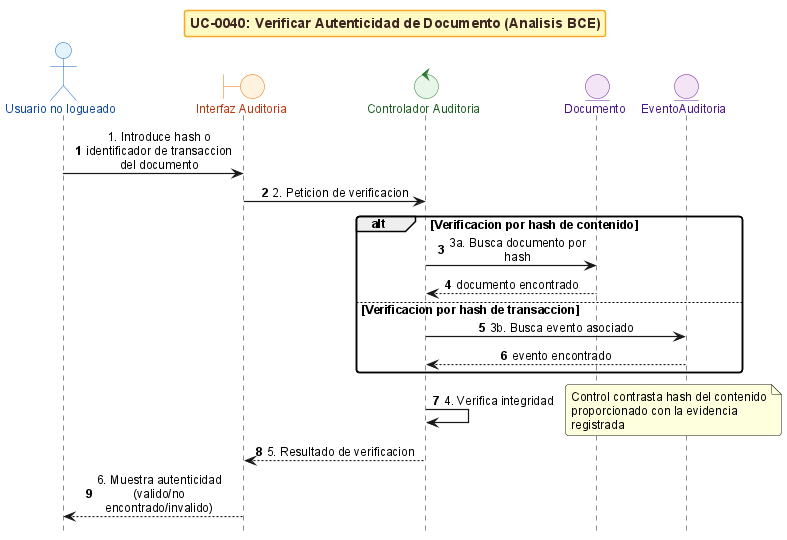
Before: anexos/diagramas/seq-bce-uc0040-verify-authenticity.png, a diagram exported from PlantUML (ErDeivih/DocumentChain). The source it was exported from:
```plantuml
@startuml
!include _sequence-bce-style.puml

title UC-0040: Verificar Autenticidad de Documento (Analisis BCE)

actor "Usuario no logueado" as Actor
boundary "Interfaz Auditoria" as BF
control "Controlador Auditoria" as CV
entity "Documento" as ED
entity "EventoAuditoria" as EE


Actor -> BF : 1. Introduce hash o identificador de transaccion del documento
BF -> CV : 2. Peticion de verificacion

alt Verificacion por hash de contenido
  CV -> ED : 3a. Busca documento por hash
  ED --> CV : documento encontrado
else Verificacion por hash de transaccion
  CV -> EE : 3b. Busca evento asociado
  EE --> CV : evento encontrado
end

CV -> CV : 4. Verifica integridad
note right : Control contrasta hash del contenido proporcionado con la evidencia registrada

CV --> BF : 5. Resultado de verificacion
BF --> Actor : 6. Muestra autenticidad (valido/no encontrado/invalido)

@enduml
```
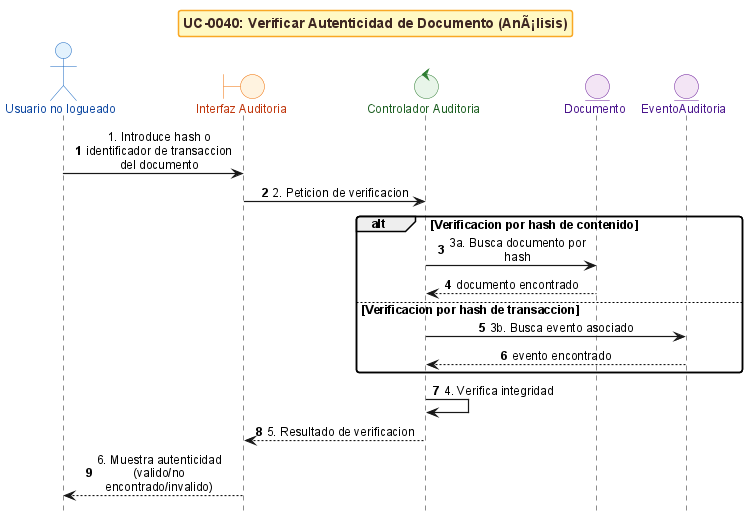
After the change.

What changed in the source:
```diff
@@ -1,7 +1,7 @@
 @startuml
 !include _sequence-bce-style.puml
 
-title UC-0040: Verificar Autenticidad de Documento (Analisis BCE)
+title UC-0040: Verificar Autenticidad de Documento (AnÃ¡lisis)
 
 actor "Usuario no logueado" as Actor
 boundary "Interfaz Auditoria" as BF
@@ -22,7 +22,6 @@
 end
 
 CV -> CV : 4. Verifica integridad
-note right : Control contrasta hash del contenido proporcionado con la evidencia registrada
 
 CV --> BF : 5. Resultado de verificacion
 BF --> Actor : 6. Muestra autenticidad (valido/no encontrado/invalido)
```
